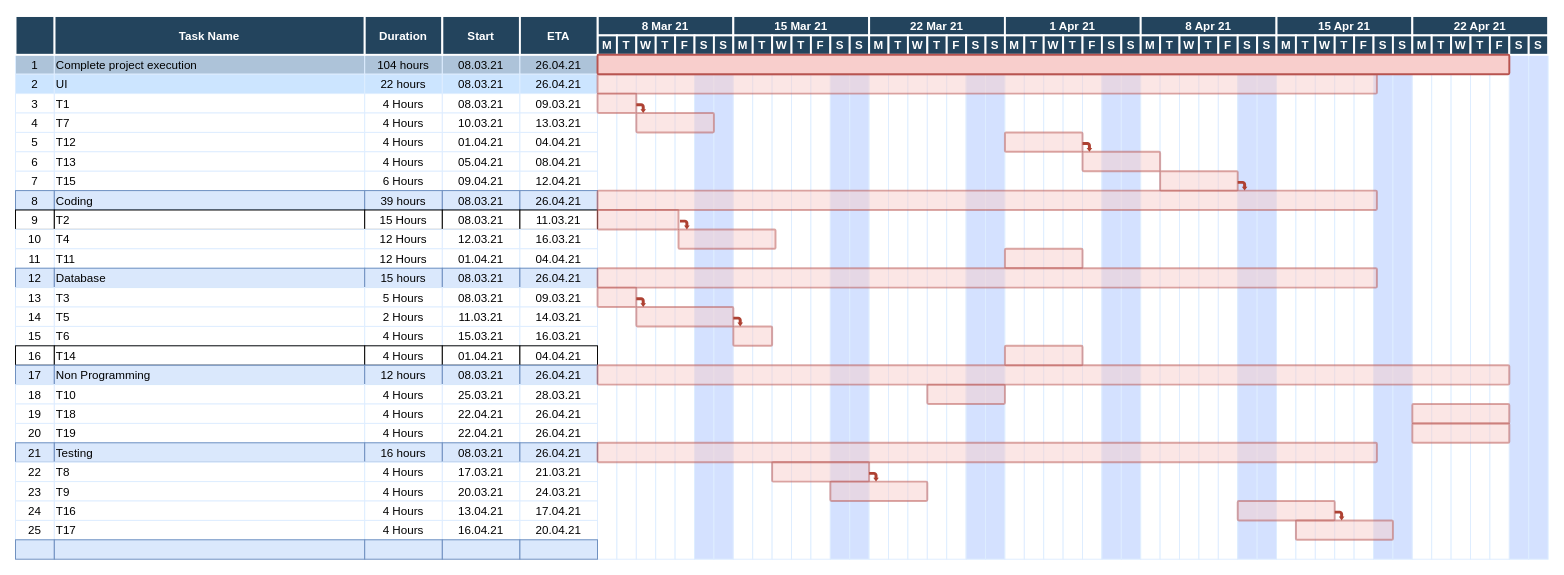
This is GanttChart.drawio from UEAHealthTracker/HealthTracker, a draw.io file, before an edit. Source tidied: cells renumbered, new cells numbered last; positions are measured from the earlier drawing's top-left corner, leaving out a move shared by most shapes. Both pictures are drawn from the tidied source at 97%, with x=0, y=0 at pixel (15, 16).
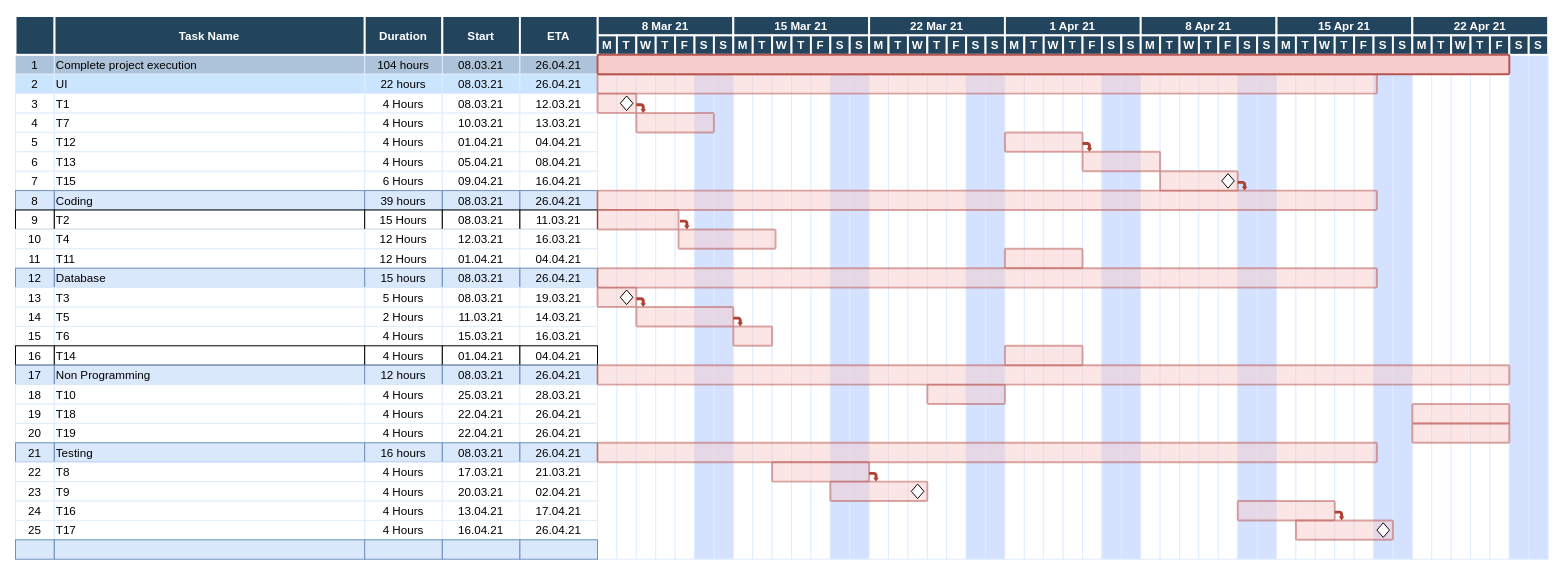
The same diagram, later.

The edit, as a diff of the source:
```diff
@@
-    <mxCell id="17" value="09.03.21" style="strokeColor=#DEEDFF;" parent="1" vertex="1">
+    <mxCell id="17" value="12.03.21" style="strokeColor=#DEEDFF;" parent="1" vertex="1">
       <mxGeometry x="520.5" y="80" width="80" height="20" as="geometry" />
     </mxCell>
@@
-    <mxCell id="37" value="12.04.21" style="strokeColor=#DEEDFF;" parent="1" vertex="1">
+    <mxCell id="37" value="16.04.21" style="strokeColor=#DEEDFF;" parent="1" vertex="1">
       <mxGeometry x="520.5" y="160" width="80" height="20" as="geometry" />
     </mxCell>
@@
-    <mxCell id="67" value="09.03.21" style="strokeColor=#DEEDFF;" parent="1" vertex="1">
+    <mxCell id="67" value="19.03.21" style="strokeColor=#DEEDFF;" parent="1" vertex="1">
       <mxGeometry x="520.5" y="280" width="80" height="20" as="geometry" />
     </mxCell>
@@
-    <mxCell id="117" value="24.03.21" style="strokeColor=#DEEDFF;" parent="1" vertex="1">
+    <mxCell id="117" value="02.04.21" style="strokeColor=#DEEDFF;" parent="1" vertex="1">
       <mxGeometry x="520.5" y="480" width="80" height="20" as="geometry" />
     </mxCell>
@@
-    <mxCell id="127" value="20.04.21" style="strokeColor=#DEEDFF;" parent="1" vertex="1">
+    <mxCell id="127" value="26.04.21" style="strokeColor=#DEEDFF;" parent="1" vertex="1">
       <mxGeometry x="520.5" y="520" width="80" height="20" as="geometry" />
     </mxCell>
@@
+    <mxCell id="275" style="rhombus;whiteSpace=wrap;html=1;" parent="1" vertex="1">
+      <mxGeometry x="624" y="82.5" width="13" height="15" as="geometry" />
+    </mxCell>
+    <mxCell id="276" style="rhombus;whiteSpace=wrap;html=1;" parent="1" vertex="1">
+      <mxGeometry x="624" y="282.5" width="13" height="15" as="geometry" />
+    </mxCell>
+    <mxCell id="277" style="rhombus;whiteSpace=wrap;html=1;" parent="1" vertex="1">
+      <mxGeometry x="924" y="482.5" width="13" height="15" as="geometry" />
+    </mxCell>
+    <mxCell id="278" style="rhombus;whiteSpace=wrap;html=1;" parent="1" vertex="1">
+      <mxGeometry x="1244" y="162.5" width="13" height="15" as="geometry" />
+    </mxCell>
+    <mxCell id="279" style="rhombus;whiteSpace=wrap;html=1;" parent="1" vertex="1">
+      <mxGeometry x="1404" y="522.5" width="13" height="15" as="geometry" />
+    </mxCell>
```
